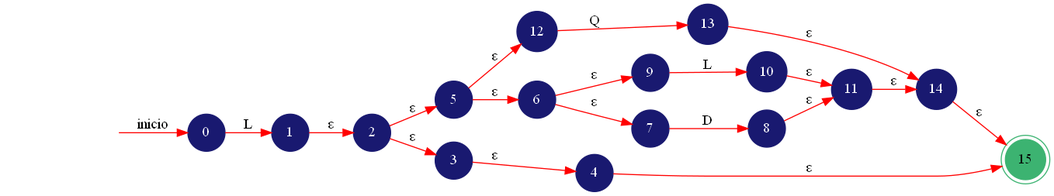
Before: src/Imagenes/AFDN.png, a diagram exported from Graphviz (SergieArizandieta/OLC1-P1-202000119). Its source is kept beside it as src/Imagenes/AFDN.dot.
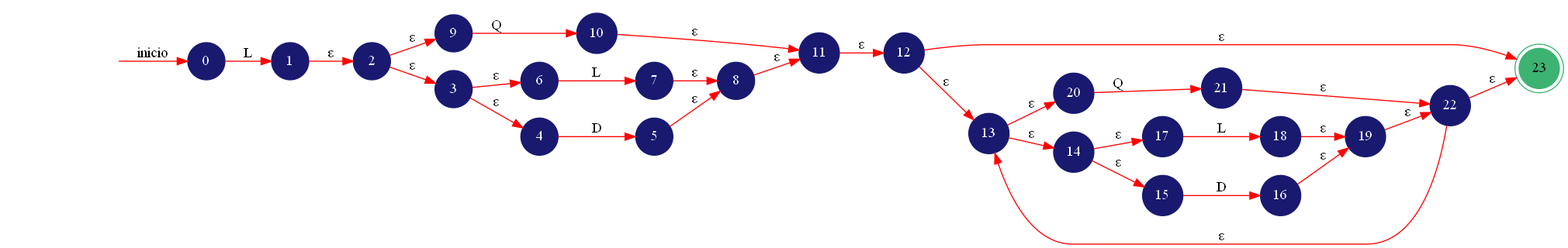
Later version of the same file.

The edit, as a diff of the source:
```diff
@@ -1,6 +1,6 @@
 digraph AUTOMATA{
 	rankdir=LR;
-	node [shape=doublecircle, style = filled,color = mediumseagreen]; 15;
+	node [shape=doublecircle, style = filled,color = mediumseagreen]; 23;
 	node [shape=circle];
 	node [color=midnightblue,fontcolor=white];
 	edge [color=red];
@@ -8,20 +8,31 @@
 	secret_node -> 0 [label="inicio"];
 	0 -> 1 [label="L"];
 	1 -> 2 [label="ε"];
-	2 -> 5 [label="ε"];
+	2 -> 9 [label="ε"];
 	2 -> 3 [label="ε"];
+	3 -> 6 [label="ε"];
 	3 -> 4 [label="ε"];
-	4 -> 15 [label="ε"];
-	5 -> 12 [label="ε"];
-	5 -> 6 [label="ε"];
-	6 -> 9 [label="ε"];
-	6 -> 7 [label="ε"];
-	7 -> 8 [label="D"];
+	4 -> 5 [label="D"];
+	5 -> 8 [label="ε"];
+	6 -> 7 [label="L"];
+	7 -> 8 [label="ε"];
 	8 -> 11 [label="ε"];
-	9 -> 10 [label="L"];
+	9 -> 10 [label="Q"];
 	10 -> 11 [label="ε"];
-	11 -> 14 [label="ε"];
-	12 -> 13 [label="Q"];
+	11 -> 12 [label="ε"];
+	12 -> 13 [label="ε"];
+	12 -> 23 [label="ε"];
+	13 -> 20 [label="ε"];
 	13 -> 14 [label="ε"];
+	14 -> 17 [label="ε"];
 	14 -> 15 [label="ε"];
+	15 -> 16 [label="D"];
+	16 -> 19 [label="ε"];
+	17 -> 18 [label="L"];
+	18 -> 19 [label="ε"];
+	19 -> 22 [label="ε"];
+	20 -> 21 [label="Q"];
+	21 -> 22 [label="ε"];
+	22 -> 13 [label="ε"];
+	22 -> 23 [label="ε"];
 }
```
